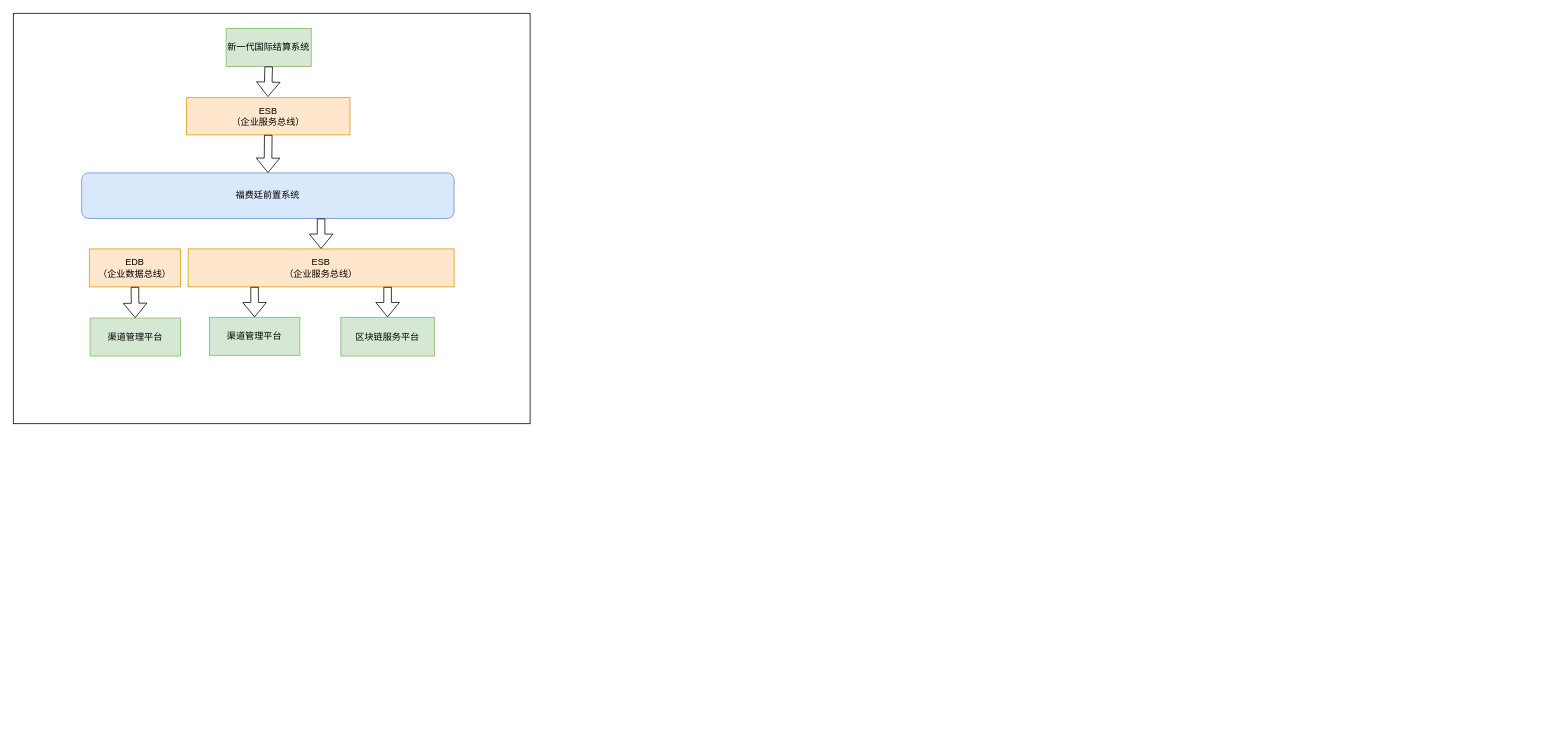
The draw.io diagram 上下文系统.drawio in wuchenxi123/draw, before the edit. Source tidied: cells renumbered, new cells numbered last; positions are measured from the earlier drawing's top-left corner, leaving out a move shared by most shapes. Both pictures are drawn from the tidied source at 76%, with x=0, y=0 at pixel (13, 13).
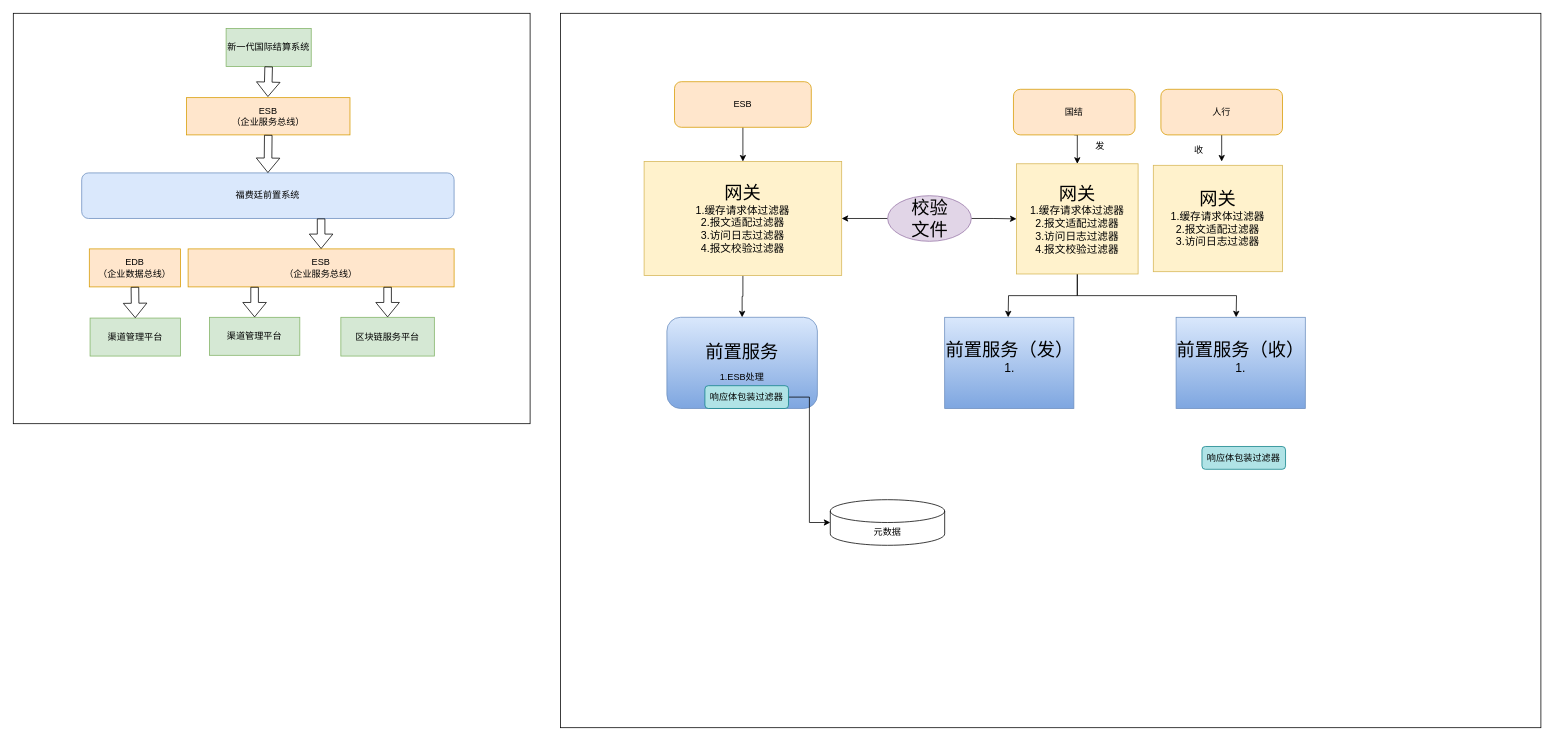
Above is the later version.

Commit message:
上下文系统.drawio

Diff of the diagram source:
```diff
@@
+    <mxCell id="17" style="rounded=0;whiteSpace=wrap;html=1;" parent="1" vertex="1">
+      <mxGeometry x="720" width="1290" height="940" as="geometry" />
+    </mxCell>
+    <mxCell id="18" style="edgeStyle=orthogonalEdgeStyle;rounded=0;jettySize=auto;html=1;exitX=0.5;exitY=1;exitDx=0;exitDy=0;entryX=0.5;entryY=0;entryDx=0;entryDy=0;fontSize=14;" parent="1" edge="1" source="19" target="21">
+      <mxGeometry relative="1" as="geometry" />
+    </mxCell>
+    <mxCell id="19" value="ESB" style="rounded=1;whiteSpace=wrap;html=1;fillColor=#ffe6cc;strokeColor=#d79b00;" parent="1" vertex="1">
+      <mxGeometry x="870" y="90" width="180" height="60" as="geometry" />
+    </mxCell>
+    <mxCell id="20" style="edgeStyle=orthogonalEdgeStyle;rounded=0;jettySize=auto;html=1;exitX=0.5;exitY=1;exitDx=0;exitDy=0;entryX=0.5;entryY=0;entryDx=0;entryDy=0;fontSize=24;" parent="1" edge="1" source="21" target="25">
+      <mxGeometry relative="1" as="geometry" />
+    </mxCell>
+    <mxCell id="21" value="&lt;font style=&quot;font-size: 24px;&quot;&gt;网关&lt;/font&gt;&lt;br&gt;1.缓存请求体过滤器&lt;br&gt;2.报文适配过滤器&lt;br&gt;3.访问日志过滤器&lt;br&gt;4.报文校验过滤器" style="rounded=0;whiteSpace=wrap;html=1;fontSize=14;fillColor=#fff2cc;strokeColor=#d6b656;" parent="1" vertex="1">
+      <mxGeometry x="830" y="195" width="260" height="150" as="geometry" />
+    </mxCell>
+    <mxCell id="22" style="edgeStyle=orthogonalEdgeStyle;rounded=0;jettySize=auto;html=1;exitX=0;exitY=0.5;exitDx=0;exitDy=0;fontSize=12;" parent="1" edge="1" source="24" target="21">
+      <mxGeometry relative="1" as="geometry" />
+    </mxCell>
+    <mxCell id="23" style="edgeStyle=orthogonalEdgeStyle;rounded=0;jettySize=auto;html=1;exitX=1;exitY=0.5;exitDx=0;exitDy=0;entryX=0;entryY=0.5;entryDx=0;entryDy=0;fontSize=12;" parent="1" edge="1" source="24" target="33">
+      <mxGeometry relative="1" as="geometry" />
+    </mxCell>
+    <mxCell id="24" value="校验&lt;br&gt;文件" style="ellipse;whiteSpace=wrap;html=1;fontSize=24;fillColor=#e1d5e7;strokeColor=#9673a6;" parent="1" vertex="1">
+      <mxGeometry x="1150.5" y="240" width="110" height="60" as="geometry" />
+    </mxCell>
+    <mxCell id="25" value="前置服务&lt;br&gt;&lt;font style=&quot;font-size: 12px;&quot;&gt;1.ESB处理&lt;/font&gt;" style="rounded=1;whiteSpace=wrap;html=1;fontSize=24;fillColor=#dae8fc;gradientColor=#7ea6e0;strokeColor=#6c8ebf;" parent="1" vertex="1">
+      <mxGeometry x="860" y="400" width="198" height="120" as="geometry" />
+    </mxCell>
+    <mxCell id="26" style="edgeStyle=orthogonalEdgeStyle;rounded=0;jettySize=auto;html=1;exitX=1;exitY=0.5;exitDx=0;exitDy=0;entryX=0;entryY=0.5;entryDx=0;entryDy=0;entryPerimeter=0;fontSize=12;" parent="1" edge="1" source="27" target="28">
+      <mxGeometry relative="1" as="geometry" />
+    </mxCell>
+    <mxCell id="27" value="响应体包装过滤器" style="rounded=1;whiteSpace=wrap;html=1;fontSize=12;fillColor=#b0e3e6;strokeColor=#0e8088;" parent="1" vertex="1">
+      <mxGeometry x="910" y="490" width="110" height="30" as="geometry" />
+    </mxCell>
+    <mxCell id="28" value="元数据" style="shape=cylinder3;whiteSpace=wrap;html=1;boundedLbl=1;backgroundOutline=1;size=15;fontSize=12;" parent="1" vertex="1">
+      <mxGeometry x="1075" y="640" width="150.5" height="60" as="geometry" />
+    </mxCell>
+    <mxCell id="29" style="edgeStyle=orthogonalEdgeStyle;rounded=0;jettySize=auto;html=1;exitX=0.5;exitY=1;exitDx=0;exitDy=0;entryX=0.5;entryY=0;entryDx=0;entryDy=0;fontSize=14;" parent="1" edge="1" source="30" target="33">
+      <mxGeometry relative="1" as="geometry" />
+    </mxCell>
+    <mxCell id="30" value="国结" style="rounded=1;whiteSpace=wrap;html=1;fillColor=#ffe6cc;strokeColor=#d79b00;" parent="1" vertex="1">
+      <mxGeometry x="1316" y="100" width="160" height="60" as="geometry" />
+    </mxCell>
+    <mxCell id="31" style="edgeStyle=orthogonalEdgeStyle;rounded=0;jettySize=auto;html=1;exitX=0.5;exitY=1;exitDx=0;exitDy=0;entryX=0.5;entryY=0;entryDx=0;entryDy=0;fontSize=24;" parent="1" edge="1" source="33">
+      <mxGeometry relative="1" as="geometry">
+        <mxPoint x="1309" y="400" as="targetPoint" />
+      </mxGeometry>
+    </mxCell>
+    <mxCell id="32" style="edgeStyle=orthogonalEdgeStyle;rounded=0;jettySize=auto;html=1;exitX=0.5;exitY=1;exitDx=0;exitDy=0;entryX=0.5;entryY=0;entryDx=0;entryDy=0;fontSize=12;" parent="1" edge="1" source="33">
+      <mxGeometry relative="1" as="geometry">
+        <mxPoint x="1609" y="400" as="targetPoint" />
+      </mxGeometry>
+    </mxCell>
+    <mxCell id="33" value="&lt;font style=&quot;font-size: 24px;&quot;&gt;网关&lt;/font&gt;&lt;br&gt;1.缓存请求体过滤器&lt;br&gt;2.报文适配过滤器&lt;br&gt;3.访问日志过滤器&lt;br&gt;4.报文校验过滤器" style="rounded=0;whiteSpace=wrap;html=1;fontSize=14;fillColor=#fff2cc;strokeColor=#d6b656;" parent="1" vertex="1">
+      <mxGeometry x="1320" y="198" width="160" height="145" as="geometry" />
+    </mxCell>
+    <mxCell id="34" value="响应体包装过滤器" style="rounded=1;whiteSpace=wrap;html=1;fontSize=12;fillColor=#b0e3e6;strokeColor=#0e8088;" parent="1" vertex="1">
+      <mxGeometry x="1564" y="570" width="110" height="30" as="geometry" />
+    </mxCell>
+    <mxCell id="35" value="&lt;font style=&quot;font-size: 24px;&quot;&gt;网关&lt;/font&gt;&lt;br&gt;1.缓存请求体过滤器&lt;br&gt;2.报文适配过滤器&lt;br&gt;3.访问日志过滤器&lt;br&gt;" style="rounded=0;whiteSpace=wrap;html=1;fontSize=14;fillColor=#fff2cc;strokeColor=#d6b656;" parent="1" vertex="1">
+      <mxGeometry x="1500" y="200" width="170" height="140" as="geometry" />
+    </mxCell>
+    <mxCell id="36" value="发" style="text;html=1;strokeColor=none;fillColor=none;align=center;verticalAlign=middle;whiteSpace=wrap;rounded=0;fontSize=12;" parent="1" vertex="1">
+      <mxGeometry x="1400" y="160" width="60" height="30" as="geometry" />
+    </mxCell>
+    <mxCell id="37" value="收" style="text;html=1;strokeColor=none;fillColor=none;align=center;verticalAlign=middle;whiteSpace=wrap;rounded=0;fontSize=12;" parent="1" vertex="1">
+      <mxGeometry x="1530" y="165" width="60" height="30" as="geometry" />
+    </mxCell>
+    <mxCell id="38" style="edgeStyle=orthogonalEdgeStyle;rounded=0;jettySize=auto;html=1;exitX=0.5;exitY=1;exitDx=0;exitDy=0;entryX=1;entryY=1;entryDx=0;entryDy=0;fontSize=12;" parent="1" edge="1" source="39" target="37">
+      <mxGeometry relative="1" as="geometry" />
+    </mxCell>
+    <mxCell id="39" value="人行" style="rounded=1;whiteSpace=wrap;html=1;fillColor=#ffe6cc;strokeColor=#d79b00;" parent="1" vertex="1">
+      <mxGeometry x="1510" y="100" width="160" height="60" as="geometry" />
+    </mxCell>
+    <mxCell id="40" value="&lt;font style=&quot;&quot;&gt;&lt;span style=&quot;font-size: 24px;&quot;&gt;前置服务（发）&lt;/span&gt;&lt;br&gt;&lt;font size=&quot;3&quot;&gt;1.&lt;/font&gt;&lt;br&gt;&lt;br&gt;&lt;/font&gt;" style="rounded=0;whiteSpace=wrap;html=1;fontSize=12;fillColor=#dae8fc;gradientColor=#7ea6e0;strokeColor=#6c8ebf;" parent="1" vertex="1">
+      <mxGeometry x="1225.5" y="400" width="170" height="120" as="geometry" />
+    </mxCell>
+    <mxCell id="41" value="&lt;font style=&quot;&quot;&gt;&lt;span style=&quot;font-size: 24px;&quot;&gt;前置服务（收）&lt;/span&gt;&lt;br&gt;&lt;font size=&quot;3&quot;&gt;1.&lt;/font&gt;&lt;br&gt;&lt;br&gt;&lt;/font&gt;" style="rounded=0;whiteSpace=wrap;html=1;fontSize=12;fillColor=#dae8fc;gradientColor=#7ea6e0;strokeColor=#6c8ebf;" parent="1" vertex="1">
+      <mxGeometry x="1530" y="400" width="170" height="120" as="geometry" />
+    </mxCell>
```
